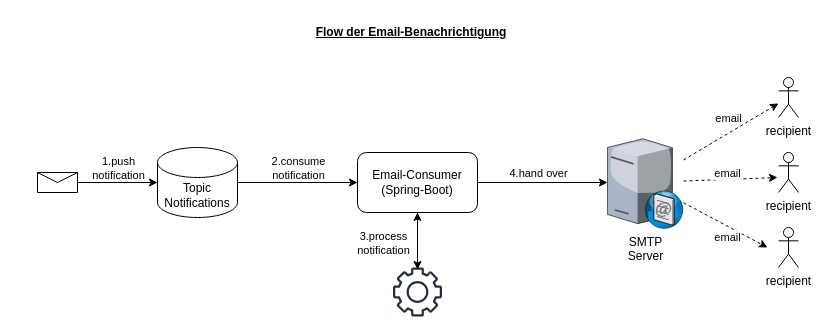
3rim/3rim keeps this draw.io diagram as Resist.drawio. Above is the earlier version. Source tidied: cells renumbered, new cells numbered last; positions are measured from the earlier drawing's top-left corner, leaving out a move shared by most shapes. Both pictures are drawn from the tidied source at 100%, with x=0, y=0 at pixel (37, 17).
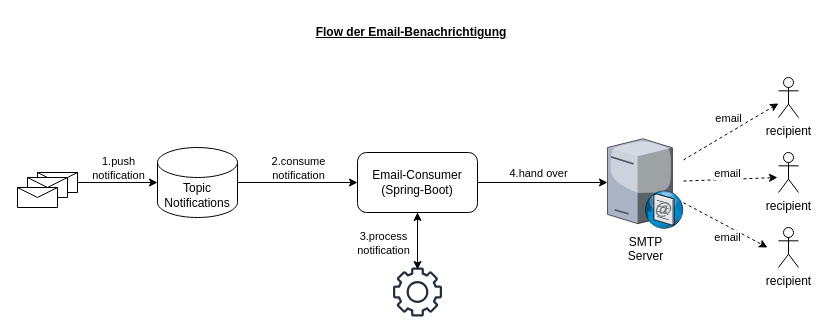
The same page after the edit.

Change to the diagram source:
```diff
@@
+    <mxCell id="26" style="shape=message;html=1;html=1;labelPosition=center;verticalLabelPosition=bottom;align=center;verticalAlign=top;" parent="1" vertex="1">
+      <mxGeometry x="-10" y="160" width="40" height="20" as="geometry" />
+    </mxCell>
+    <mxCell id="27" style="shape=message;html=1;html=1;labelPosition=center;verticalLabelPosition=bottom;align=center;verticalAlign=top;" parent="1" vertex="1">
+      <mxGeometry x="-20" y="170" width="40" height="20" as="geometry" />
+    </mxCell>
```
